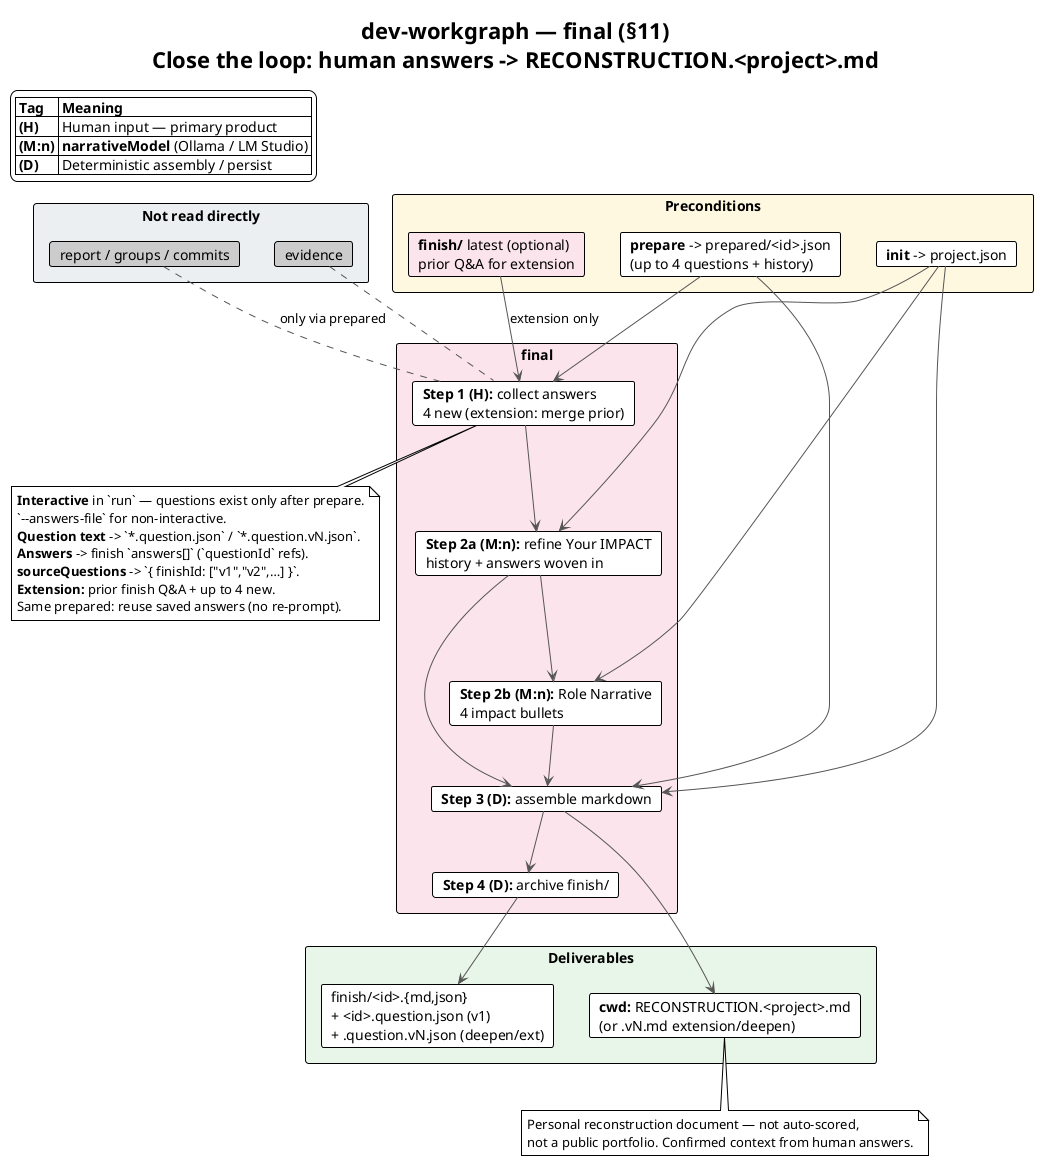
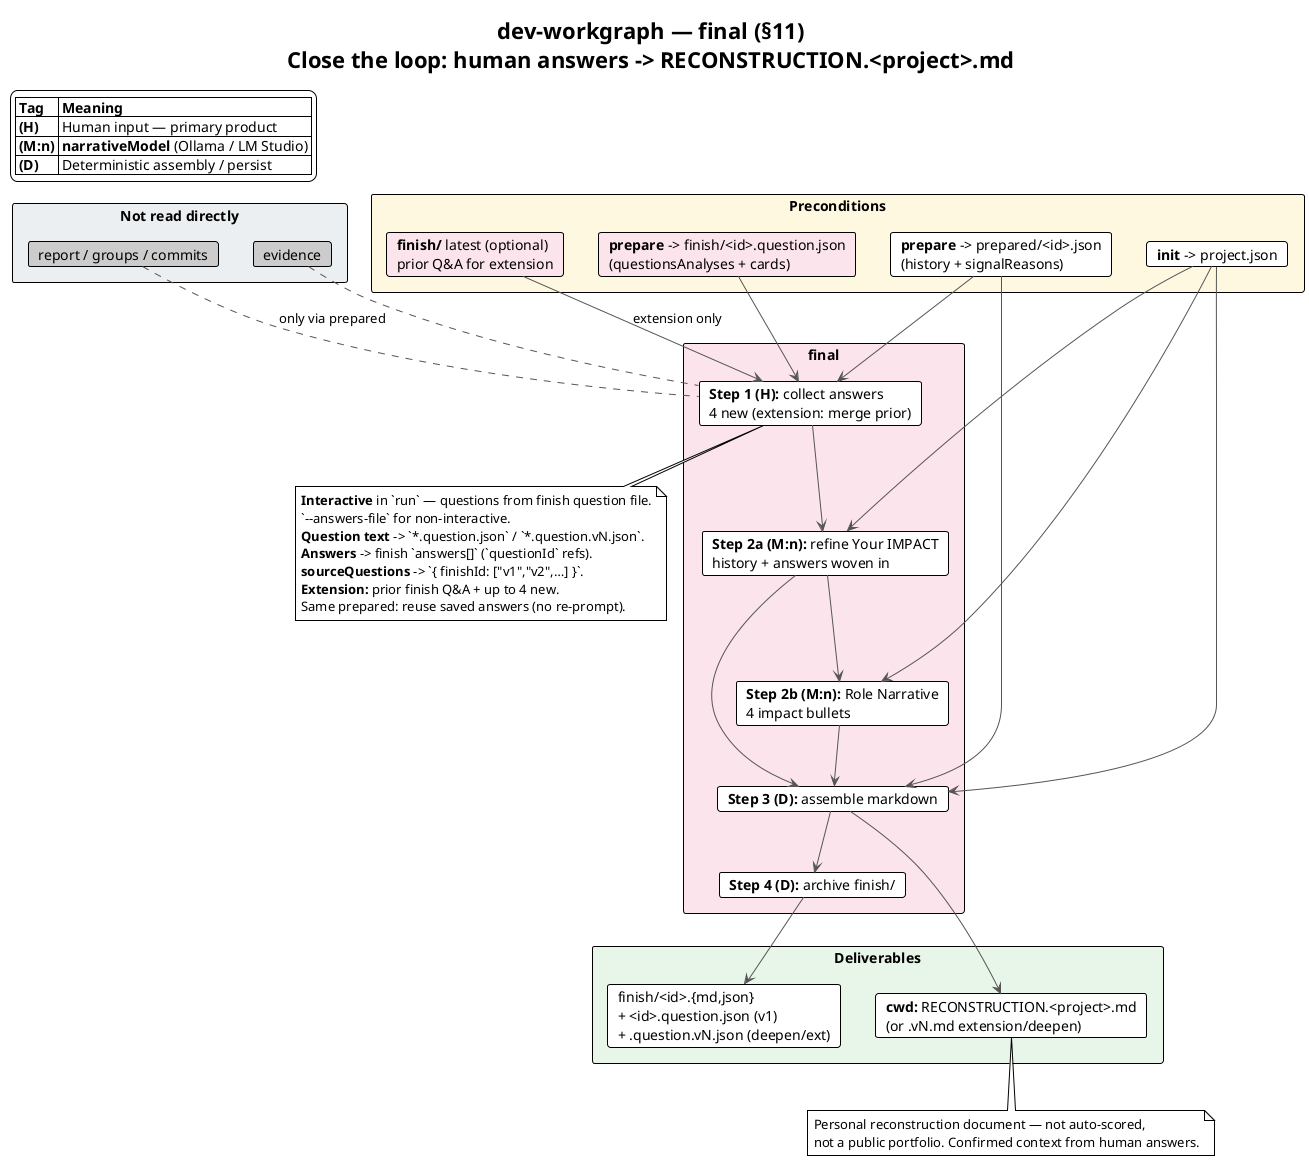
@startuml final-overview
!theme plain
skinparam shadowing false
skinparam ArrowColor #555555

title dev-workgraph — **final** (§11)\nClose the loop: human answers -> **RECONSTRUCTION.<project>.md**

legend top left
  |= Tag |= Meaning |
  | **(H)** | Human input — primary product |
  | **(M:n)** | **narrativeModel** (Ollama / LM Studio) |
  | **(D)** | Deterministic assembly / persist |
endlegend

rectangle "**Preconditions**" #FFF8E1 {
-   card "**prepare** -> prepared/<id>.json\n(up to 4 questions + history)" as PREP
+   card "**prepare** -> prepared/<id>.json\n(history + signalReasons)" as PREP
+   card "**prepare** -> finish/<id>.question.json\n(questionsAnalyses + cards)" as FQ #FCE4EC
  card "**finish/** latest (optional)\nprior Q&A for extension" as PFIN #FCE4EC
  card "**init** -> project.json" as INIT
}

rectangle "**Not read directly**" #ECEFF1 {
  card "report / groups / commits" as X #CCCCCC
  card "evidence" as E #CCCCCC
}

rectangle "**final**" #FCE4EC {
  card "**Step 1 (H):** collect answers\n4 new (extension: merge prior)" as S1
  card "**Step 2a (M:n):** refine Your IMPACT\nhistory + answers woven in" as S2A
  card "**Step 2b (M:n):** Role Narrative\n4 impact bullets" as S2B
  card "**Step 3 (D):** assemble markdown" as S3
  card "**Step 4 (D):** archive finish/" as S4
}

rectangle "**Deliverables**" #E8F5E9 {
  card "**cwd:** RECONSTRUCTION.<project>.md\n(or .vN.md extension/deepen)" as MD
  card "finish/<id>.{md,json}\n+ <id>.question.json (v1)\n+ .question.vN.json (deepen/ext)" as FIN
}

PREP --> S1
+ FQ --> S1
PFIN --> S1 : extension only
INIT --> S2A
INIT --> S2B
S1 --> S2A
S2A --> S2B
S2A --> S3
S2B --> S3
PREP --> S3
INIT --> S3
S3 --> MD
S3 --> S4
S4 --> FIN

X .. S1 : only via prepared
E .. S1

note bottom of S1
-   **Interactive** in `run` — questions exist only after prepare.
+   **Interactive** in `run` — questions from finish question file.
  `--answers-file` for non-interactive.
  **Question text** -> `*.question.json` / `*.question.vN.json`.
  **Answers** -> finish `answers[]` (`questionId` refs).
  **sourceQuestions** -> `{ finishId: ["v1","v2",…] }`.
  **Extension:** prior finish Q&A + up to 4 new.
  Same prepared: reuse saved answers (no re-prompt).
end note

note bottom of MD
  Personal reconstruction document — not auto-scored,
  not a public portfolio. Confirmed context from human answers.
end note

@enduml


@startuml final-command
!theme plain
skinparam shadowing false
skinparam ActivityBorderColor #888888
skinparam NoteBackgroundColor #FCE4EC

title **final** — Full command flow

start

- :Require **project.json** + latest **prepared/<reportId>.json**;
+ :Require **project.json** + latest **prepared/<reportId>.json**\n+ **finish/<reportId>.question.json**;

if (No prepared?) then (yes)
  #Pink:Run **prepare** first;
  stop
else (no)
endif

if (Prior finish with answers\nAND new prepared file?) then (yes — **extension mode**)
  partition "**Extension — Step 1 (H)**" {
    :Load cumulative Q&A from **latestFinish()**\nresolve via **sourceQuestions** + question files;
    :Ask **new** questions only\n(dedupe by normalized text, up to 4);
    :Write **<id>.question.vN.json**\n{ id, question } x up to 4;
    :Merge prior + new -> **allQa**;
    :Persist **answers[]** + extend **sourceQuestions**\non new finish archive vN+1;
  }
else (first run / same prepared)
  partition "**Step 1 — Collect answers (H, no LLM)**" {
+     :**resolveRoundQuestionAnalyses**\nfrom finish question file\n(legacy: prepared fallback);
    if (--answers-file?) then (yes)
      :Load answers from JSON file;
    else if (saved answers on finish\nfor this round?) then (yes)
      :Reuse answers from finish archive\n+ existing question file;
    else (no)
      :Interactive editor:\nup to 4 questions\n(Source / Evidence /\nWhy asked / Question)\n(multi-line allowed);
    endif
    :Write **<id>.question.json**\n{ id, question } x up to 4;
    :Persist **answers[]** (`questionId` refs)\n+ **sourceQuestions: { id: ["v1"] }**\non finish/<id>.json;
  }
endif

:Pick **narrativeModel**\n(Ollama / LM Studio);

partition "**Step 2a — Refine Your IMPACT (M:n)**" {
  :Input: prepared.model.history\n+ prior finish.history (extension)\n+ **all** Q&A + project context;
  :Weave answers into narrative;\nANSWER_CORRECTION_RULE:\nanswers override over-strong Git claims;
  :Output: **impactHistory**;\nfallback = prepared history on failure;
  note right
    Prepared history NOT modified on disk
  end note
}

partition "**Step 2b — Role Narrative (M:n)**" {
  :Input: **impactHistory** (from 2a)\n+ 4 signalReasons + Q&A + project context;
  :Output: **exactly 4** impact bullets;\nclaim-safe engineer-to-engineer tone;
}

partition "**Step 3 — Write markdown (D)**" {
  :Assemble RECONSTRUCTION.<project>.md\n-> **process.cwd()** (not repo path);
  note right
    ## PROJECT DESCRIPTION (from profile)
    ## Your IMPACT as {ROLE}
    ## Technologies
    ## Impact bullet points
    ## Possible questions (Q&A)
  end note
}

partition "**Step 4 — Archive (D)**" {
  if (extension mode?) then (yes)
    :Append finish/<id>.vN.{md,json}\n+ <id>.question.vN.json\nsourcePreviousFinish, version N+1;
    :Extend **sourceQuestions** e.g. ["v1","v2"];
    :Write RECONSTRUCTION.<project>.vN.md;
  else (no)
    :Copy markdown -> finish/<id>.md;
    :Write FinishRecord -> finish/<id>.json\n+ <id>.question.json (version 1);
  endif
}

#LightGreen:MVP deliverable complete;

stop

@enduml


@startuml final-inputs
!theme plain
skinparam shadowing false

title **final** — inputs and provenance chain (file names only)

rectangle "**Read by final**" #FFF8E1 {
-   card "prepared/<reportId>.json\n(questionsAnalyses only — no answers)" as P
+   card "prepared/<reportId>.json\n(history + signalReasons)" as P
+   card "finish/<reportId>.question.json\n(questionsAnalyses + cards)" as FQ #FCE4EC
  card "project.json" as PJ
  card "finish/ latest\n(extension mode)" as PF #FCE4EC
  card "finish/*.question.json\n+ .question.vN.json" as QF #FCE4EC
}

rectangle "**From prepared**" #FFF3E0 {
  component "model.history -> refine in 2a" as H
-   component "model.questions x4 -> ask human" as Q
  component "model.signalReasons x4 -> Role Narrative" as R
  component "model.technologies -> markdown" as T
  component "sourceReport (traceability)" as SR
+ }
+ 
+ rectangle "**From finish question file**" #FCE4EC {
+   component "questionsAnalyses x4 -> ask human" as Q
+   component "evidenceExcerpt / whyAsked cards" as QC
}

rectangle "**From project.json**" as PJIN #FFF8E1 {
  component "role -> IMPACT heading + framing" as ROLE
  component "profile.summary/domains/stack\n-> PROJECT DESCRIPTION" as PROF
  component "story.preparedContext -> LLM context" as STORY
}

rectangle "**Not loaded**" #ECEFF1 {
  card "reports/" as REP #CCCCCC
  card "groups/" as G #CCCCCC
  card "commits/" as C #CCCCCC
}

PF --> Q : prior answers\n(extension only)
QF --> Q : question text\nby questionId
+ FQ --> Q
+ FQ --> QC
P --> H
- P --> Q
P --> R
P --> T
PJ --> ROLE
PJ --> PROF
PJ --> STORY

REP .. P : trace via sourceReport\nin finish record only
G .. P
C .. P

note bottom of P
  Provenance chain (no commit hashes):
  finish -> sourcePrepared -> prepared
  -> sourceReport -> report
  (groups/commits implicit inside report)
end note

@enduml


@startuml final-human-loop
!theme plain
skinparam shadowing false
skinparam NoteBackgroundColor #FCE4EC

title **Step 1** — Human loop closes the pipeline (§8, §11)

rectangle "**System asked (prepare)**" #FFF3E0 {
  card "4 role-aware questions\nwhat Git cannot know" as Q
}

rectangle "**Human confirms (final)**" #FCE4EC {
  card "Question cards:\nEvidence + Why asked" as QC
  card "Answer each question\n(editor, multi-line)" as A
  card "Write question file:\n<id>.question[.vN].json\n(+ provenance / cards)" as QF
  card "Persist on finish archive:\nanswers[] + sourceQuestions" as P
}

rectangle "**System refines with answers (M:n)**" as REF #E1F5FE {
  card "2a: IMPACT narrative\nGit reconstruction + confirmed context"
  card "2b: 4 Role Narrative bullets\nsame confirmed scope"
}

Q --> QC
QC --> A : interactive\n(or --answers-file)
A --> QF
QF --> P
P --> REF

note as RULE
  **ANSWER_CORRECTION_RULE:**
  Human answers are **higher priority** than Git reconstruction.
  POC / prototype / rejected option / unfinished work
  in an answer -> narrative narrowed, not appended as caveat.
  Empty answer -> keep Git reconstruction for that part.
end note

note bottom of Q
  Questions are the **primary product** of the whole pipeline.
  final is where they get **answered** and become confirmed context.
end note

@enduml


@startuml final-llm-sessions
!theme plain
skinparam shadowing false

title **Steps 2a + 2b** — two **narrativeModel** sessions

left to right direction

package "**Inputs shared**" #FFF8E1 {
  component "project context block" as CTX
  component "all Q&A pairs\n(cumulative in extension)" as QA
}

package "**Step 2a — IMPACT narrative (M:n)**" #FFF3E0 {
  component "prepared.model.history\n+ prior finish.history\n(extension)" as PH
  component "**impactHistory**\nflowing prose, answers woven in" as IH
}

package "**Step 2b — Role Narrative (M:n)**" #FFF3E0 {
  component "**impactHistory** (from 2a)" as IH2
  component "4 signalReasons" as SR
  component "**narrative x4**\nimpact bullet points" as NB
}

CTX --> IH
PH --> IH
QA --> IH

CTX --> NB
IH2 --> NB
SR --> NB
QA --> NB
IH --> IH2

note bottom of IH
  Rules: invent nothing; claim-safe tone;
  no hype words; name real components;
  answers applied **throughout**, not appended.
end note

note bottom of NB
  Same scope as impactHistory — if answer says POC,
  bullets say prototyped/evaluated, not "migrated production".
  Framed for role seniority.
end note

@enduml


@startuml final-markdown
!theme plain
skinparam shadowing false

title **Step 3** — RECONSTRUCTION markdown structure (D assembly)

rectangle "**Sources**" as SRC {
  card "project.profile" as PJ #FFF8E1
  card "impactHistory (2a)" as IH #FFF3E0
  card "prepared.technologies" as T #FFF3E0
  card "narrative x4 (2b)" as N #FFF3E0
  card "Q&A pairs (step 1)" as QA #FCE4EC
  card "project.role" as R #FFF8E1
}

rectangle "**RECONSTRUCTION.<project>.md**" as MD #E8F5E9 {
  card "## PROJECT DESCRIPTION\nprofile.summary + domains/stack" as S1
  card "## Your IMPACT as {ROLE}\nimpactHistory" as S2
  card "## Technologies\ncomma-separated list" as S3
  card "## Impact bullet points\n4 bullets" as S4
  card "## Possible questions\nQ/A (cumulative)" as S5
}

PJ --> S1
R --> S2
IH --> S2
T --> S3
N --> S4
QA --> S5

note bottom of MD
  Written to **process.cwd()** — where CLI was launched.
  Period mode: RECONSTRUCTION.<project>.<period>.md
  `--output` overrides path.
end note

@enduml


@startuml final-finish-record
!theme plain
skinparam shadowing false
skinparam classBackgroundColor #FAFAFA

title **Step 4** — FinishRecord archive

class "FinishRecord" as FR #E1F5FE {
  finishId = prepared.preparedId
  sourcePrepared — prepared file name
  sourceReport — report file name (traceability)
  sourceQuestions — finishId: v1, v2, ...
  project — repo basename
  role
  technologies
  history — refined impactHistory
  narrative — 4 Role Narrative bullets
  cvBullets — 4 CV lines
  answers — questionId + answer (cumulative)
  outputMarkdown — finish/<id>.md
  version — finish-chain cursor
  provenance { model, generatedAt }
}

class "FinishQuestionsRecord" as FQR #FCE4EC {
  sourceFinal — paired finish json file
  sourceReport — traceability
  questions — id + question\n+ threadIndex, provenance\n+ evidenceExcerpt, whyAsked
}

class "On disk" as DISK {
  finish/<id>.md — copy of markdown
  finish/<id>.json — FinishRecord
  finish/<id>.question.json — v1 questions
  finish/<id>.question.vN.json — deepen / extension
}

class "Also on disk" as CWD {
  cwd/RECONSTRUCTION.<project>.md — primary deliverable
}

FR *-- DISK
FR o-- FQR : sourceQuestions labels\n-> question files on disk
FR .. CWD : same content

note bottom of FR
  **answers[]** references question ids only.
  **sourceQuestions** lists rounds (v1, v2, …) — not file paths.
  Links back through prepared -> report by **file name**.
  Extension / deepen: append vN+1 (never overwrite v1..vN).
end note

@enduml


@startuml final-sequence
!theme plain
skinparam shadowing false

title Sequence — **final**

actor "Developer" as DEV
+ database "finish/<reportId>.question.json" as QPREP
database "prepared/<id>.json" as PREP
database "project.json" as PJ
participant "**final**" as FIN
participant "LLM\nnarrativeModel\nOllama | LM Studio" as LLM
database "cwd/RECONSTRUCTION.*.md" as MD
database "finish/*.question.json" as QFILE
database "finish/" as ARCH

DEV -> FIN : final ./repo [--answers-file]

FIN -> PJ : loadProjectContext (required)
FIN -> PREP : latestPrepared()
+ FIN -> QPREP : resolveRoundQuestionAnalyses\n(finish question file)

FIN -> ARCH : latestFinish() (if any)

alt extension mode (new prepared + prior finish)
  FIN -> ARCH : resolve prior Q&A\n(sourceQuestions + question files)
  FIN -> DEV : new questions only (up to 4)
  DEV --> FIN : new answers
  FIN -> QFILE : write <id>.question.vN.json
  FIN -> FIN : allQa = prior + new
else no saved answers
  FIN -> DEV : up to 4 interactive questions
  DEV --> FIN : answers
  FIN -> QFILE : write <id>.question.json
else reuse or answers-file
  FIN -> ARCH : load existing answers
  FIN -> QFILE : load existing question file
end

FIN -> ARCH : persist answers[] +\nsourceQuestions on finish record

FIN -> LLM : [2a] refine IMPACT narrative\n(history + Q&A + project context)
LLM --> FIN : impactHistory

FIN -> LLM : [2b] Role Narrative\n(impactHistory + signalReasons + Q&A)
LLM --> FIN : narrative x4

FIN -> FIN : assemble markdown (D)
FIN -> MD : write RECONSTRUCTION.<project>.md
FIN -> ARCH : finish/<id>.md + .json\n+ .question.json\nor <id>.vN + .question.vN

FIN --> DEV : path to deliverable

@enduml



@startuml final-extension-mode
!theme plain
skinparam shadowing false

title **final** — extension mode after incremental `run` (§11)

database "finish/<id>.v10.json\n40 answers (questionId)" as F10
database "prepared/<newReportId>.json\n4 new questions" as PNEW
participant "**final**" as FIN
actor "Developer" as DEV
database "finish/<id>.v11.json\n44 answers" as F11

F10 --> FIN : latestFinish()\nanswers[] + sourceQuestions\n+ question file catalog
PNEW --> FIN : new prepared
FIN -> DEV : ask 4 **new** questions only
DEV --> FIN : new answers
FIN -> F11 : append v11 + question file\nsourcePreviousFinish\nsourceQuestions v1-v11

note over F11
  Same version chain as **deepen**.
  prepare step 6 also reads prior Q&A
  so questions target new work only.
end note

@enduml


@startuml final-pipeline-end
!theme plain
skinparam shadowing false
skinparam ArrowColor #555555

title Full pipeline terminus — **final** closes the loop

rectangle "Git evidence" #E8F5E9 {
  card "evidence -> summarize -> commit-group -> report" as PIPE
}

rectangle "Distillation" #FFF3E0 {
  card "prepare -> 4 questions + unified history" as PREP
}

rectangle "**Human confirms**" #FCE4EC {
  card "**final** answers + refines" as FIN
}

rectangle "**Deliverable**" #C8E6C9 {
  card "**RECONSTRUCTION.<project>.md**" as OUT
}

PIPE --> PREP : reconstruct + ask
PREP --> FIN : ask -> answer
FIN --> OUT : confirmed personal document

note bottom of OUT
  System: reconstruct what changed, ask what Git cannot know.
  Human: confirm ownership, intent, scope via answers.
  Output: claim-safe narrative — not auto-scored achievements.
end note

@enduml


@startuml final-qa-artifacts
!theme plain
skinparam shadowing false
skinparam classBackgroundColor #FAFAFA

title **Q&A artifact model** (§7, §11) — not stored in prepared/

left to right direction

- package "**prepared/** (no answers)" #FFF3E0 {
+ package "**prepared/** (no answers, no analyses)" #FFF3E0 {
  class "PreparedRecord" as PR {
-     model.questionsAnalyses
    model.history
+     model.signalReasons
+     no questionsAnalyses (≥1.0.6)
    no answers field
  }
}

package "**finish/** question files" #FCE4EC {
  class "FinishQuestionsRecord" as FQ1 {
-     <<v1>>
+     <<v1 — written at prepare>>
+     questionsAnalyses[]
    questions: id + question
+     evidenceExcerpt, whyAsked
  }
  class "FinishQuestionsRecord" as FQ2 {
    <<v2>>
    questions: id + question
  }
}

package "**finish/** archive" #E1F5FE {
  class "FinishRecord" as FR {
    sourceQuestions
    finishId -> v1, v2
    answers: questionId + answer
    version
  }
}

- PR ..> FQ1 : final writes\nquestion text
+ PR ..> FQ1 : **prepare** writes\nquestionsAnalyses + cards
PR ..> FQ2 : deepen / extension\nwrites new round

FQ1 <-- FR : v1 -> <id>.question.json
FQ2 <-- FR : v2 -> <id>.question.vN.json

note bottom of FR
-   **prepare** reads prior Q&A by resolving
-   answers[] against question files for all
-   labels in sourceQuestions (latest finish).
+   **prepare** writes v1 question file (schema ≥1.0.6).
+   **final** reads via resolveRoundQuestionAnalyses.
  Re-running final reuses saved answers;
  prepared record stays clean.
end note

@enduml
